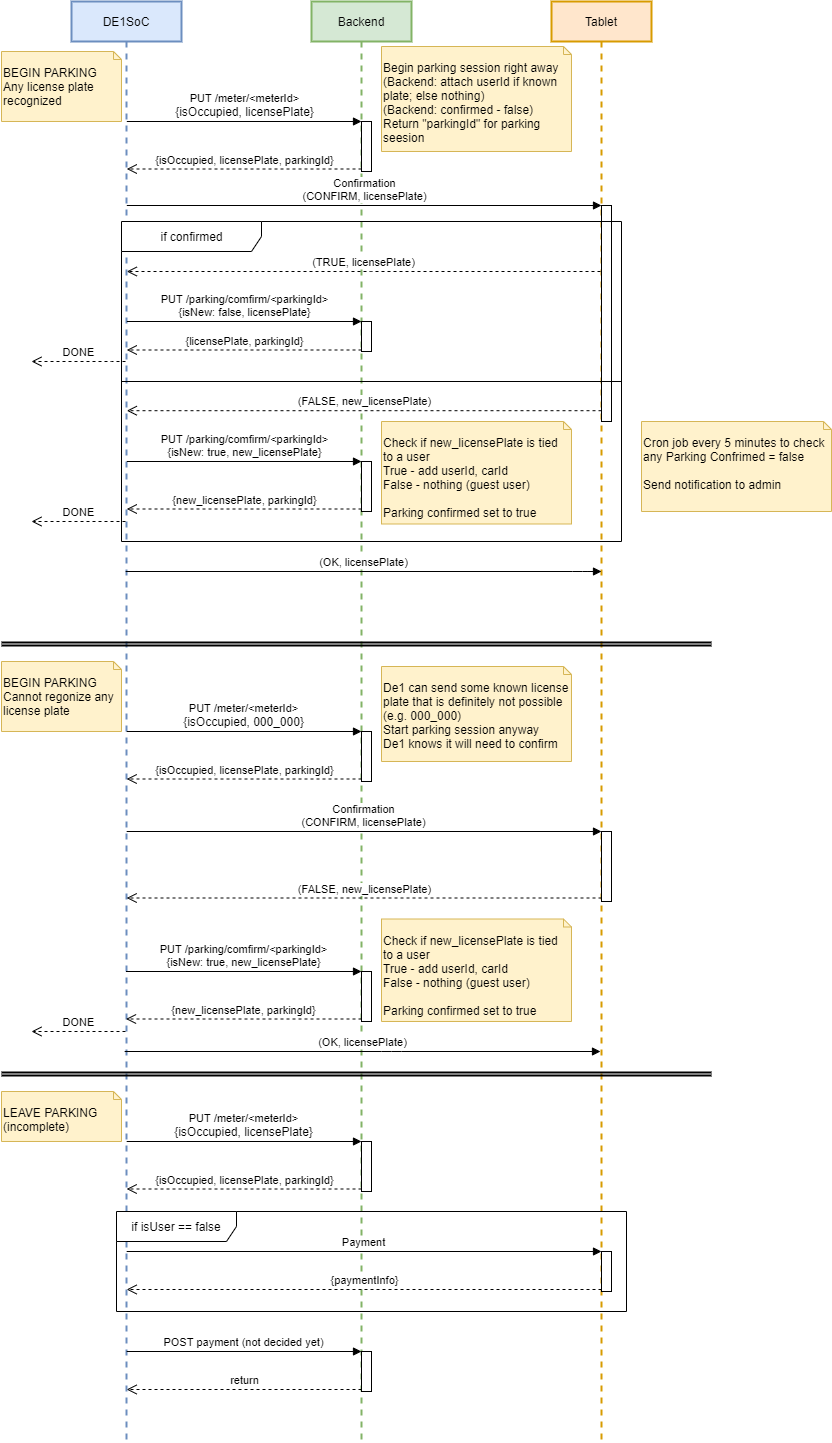
Before: static/parkingApi.drawio.png, a diagram exported from draw.io (rmcreyes/cpen391-backend). Source tidied: cells renumbered, new cells last; positions are measured from the earlier drawing's top-left corner, leaving out a move shared by most shapes.
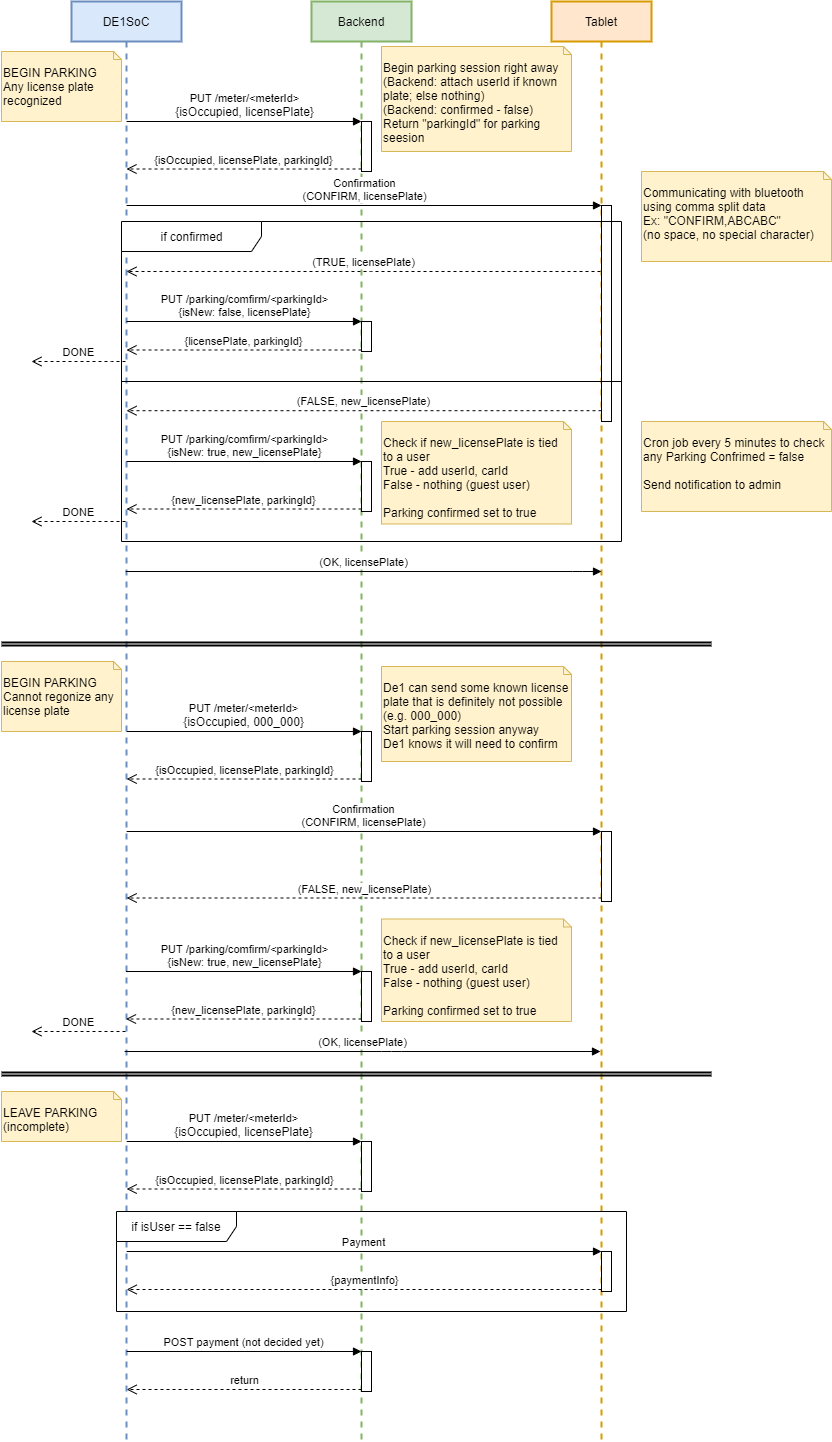
After the commit.

The edit, as a diff of the source:
```diff
@@ -214,5 +214,8 @@
     <mxCell id="55" style="line;strokeWidth=1;labelPosition=center;verticalLabelPosition=bottom;align=left;verticalAlign=top;spacingLeft=20;spacingTop=15;" parent="54" vertex="1">
       <mxGeometry y="153.6" width="500" height="12.8" as="geometry" />
     </mxCell>
+    <mxCell id="56" value="&lt;blockquote style=&quot;margin: 0 0 0 40px ; border: none ; padding: 0px&quot;&gt;&lt;/blockquote&gt;&lt;span&gt;Communicating with bluetooth using comma split data&lt;br&gt;Ex: &quot;CONFIRM,ABCABC&quot;&lt;br&gt;(no space, no special character)&lt;br&gt;&lt;/span&gt;" style="shape=note2;boundedLbl=1;whiteSpace=wrap;html=1;size=8;verticalAlign=top;align=left;fillColor=#fff2cc;strokeColor=#d6b656;" parent="1" vertex="1">
+      <mxGeometry x="640" y="170" width="190" height="90" as="geometry" />
+    </mxCell>
   </root>
 </mxGraphModel>
```
